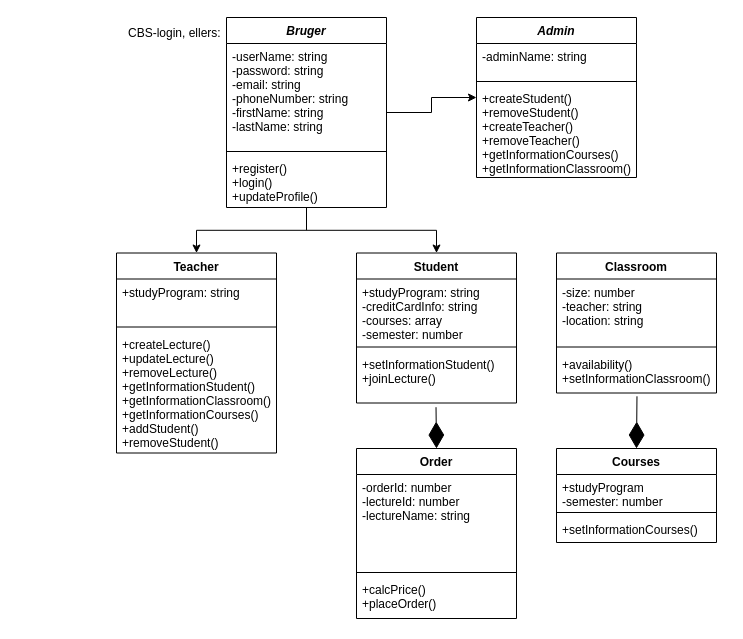
This is Untitled Diagram.drawio from Niklas107/Gruppeprojekt-1, a draw.io file, before an edit. Source tidied: cells renumbered, new cells numbered last; positions are measured from the earlier drawing's top-left corner, leaving out a move shared by most shapes. Both pictures are drawn from the tidied source at 100%, with x=0, y=0 at pixel (116, 17).
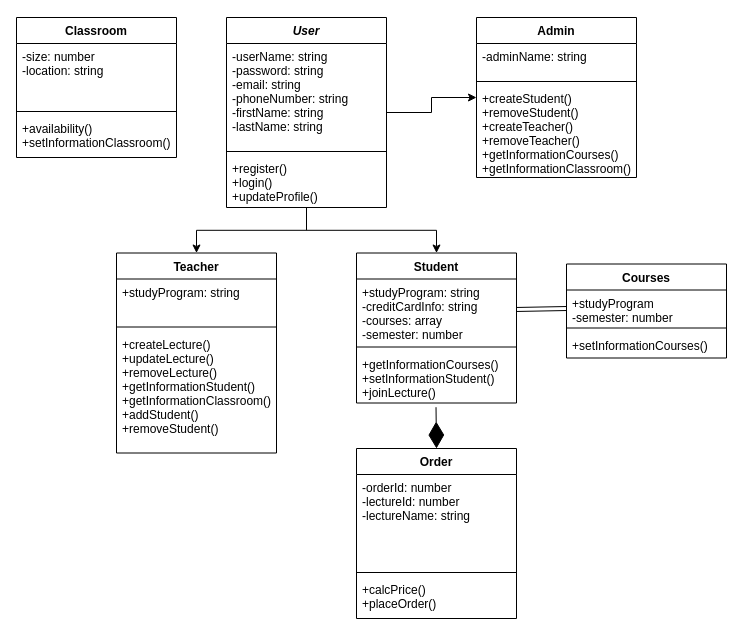
The same diagram, later.

The change refers to these unchanged cells:
```xml
<mxCell id="13" value="Teacher" style="swimlane;fontStyle=1;align=center;verticalAlign=top;horizontal=1;startSize=26;" parent="1" vertex="1">
  <mxGeometry y="235.5" width="160" height="200" as="geometry" />
</mxCell>
<mxCell id="17" value="Student" style="swimlane;fontStyle=1;align=center;verticalAlign=top;horizontal=1;startSize=26;" parent="1" vertex="1">
  <mxGeometry x="240" y="235.5" width="160" height="150" as="geometry" />
</mxCell>
<mxCell id="18" value="+studyProgram: string&#10;-creditCardInfo: string&#10;-courses: array&#10;-semester: number" style="text;strokeColor=none;fillColor=none;align=left;verticalAlign=top;spacingLeft=4;spacingRight=4;overflow=hidden;points=[[0,0.5],[1,0.5]];portConstraint=eastwest;" parent="17" vertex="1">
  <mxGeometry y="26" width="160" height="64" as="geometry" />
</mxCell>
<mxCell id="28" value="+availability()&#10;+setInformationClassroom()" style="text;strokeColor=none;fillColor=none;align=left;verticalAlign=top;spacingLeft=4;spacingRight=4;overflow=hidden;points=[[0,0.5],[1,0.5]];portConstraint=eastwest;" parent="25" vertex="1">
  <mxGeometry y="98" width="160" height="42" as="geometry" />
</mxCell>
<mxCell id="32" value="+studyProgram&#10;-semester: number&#10;&#10;&#10;&#10;&#10;" style="text;strokeColor=none;fillColor=none;align=left;verticalAlign=top;spacingLeft=4;spacingRight=4;overflow=hidden;points=[[0,0.5],[1,0.5]];portConstraint=eastwest;" parent="31" vertex="1">
  <mxGeometry y="26" width="160" height="34" as="geometry" />
</mxCell>
```

Change to the diagram source:
```diff
@@
-    <mxCell id="5" value="Bruger" style="swimlane;fontStyle=3;align=center;verticalAlign=top;horizontal=1;startSize=26;" parent="1" vertex="1">
+    <mxCell id="5" value="User" style="swimlane;fontStyle=3;align=center;verticalAlign=top;horizontal=1;startSize=26;" parent="1" vertex="1">
       <mxGeometry x="110" width="160" height="190" as="geometry" />
     </mxCell>
@@
-    <mxCell id="9" value="Admin" style="swimlane;fontStyle=3;align=center;verticalAlign=top;horizontal=1;startSize=26;" parent="1" vertex="1">
+    <mxCell id="9" value="Admin" style="swimlane;fontStyle=1;align=center;verticalAlign=top;horizontal=1;startSize=26;" parent="1" vertex="1">
       <mxGeometry x="360" width="160" height="160" as="geometry" />
     </mxCell>
@@
-    <mxCell id="16" value="+createLecture()&#10;+updateLecture()&#10;+removeLecture()&#10;+getInformationStudent()&#10;+getInformationClassroom()&#10;+getInformationCourses()&#10;+addStudent()&#10;+removeStudent()" style="text;strokeColor=none;fillColor=none;align=left;verticalAlign=top;spacingLeft=4;spacingRight=4;overflow=hidden;" parent="13" vertex="1">
+    <mxCell id="16" value="+createLecture()&#10;+updateLecture()&#10;+removeLecture()&#10;+getInformationStudent()&#10;+getInformationClassroom()&#10;+addStudent()&#10;+removeStudent()" style="text;strokeColor=none;fillColor=none;align=left;verticalAlign=top;spacingLeft=4;spacingRight=4;overflow=hidden;" parent="13" vertex="1">
       <mxGeometry y="78" width="160" height="122" as="geometry" />
     </mxCell>
@@
-    <mxCell id="20" value="+setInformationStudent()&#10;+joinLecture()&#10;" style="text;strokeColor=none;fillColor=none;align=left;verticalAlign=top;spacingLeft=4;spacingRight=4;overflow=hidden;points=[[0,0.5],[1,0.5]];portConstraint=eastwest;" parent="17" vertex="1">
+    <mxCell id="20" value="+getInformationCourses()&#10;+setInformationStudent()&#10;+joinLecture()&#10;" style="text;strokeColor=none;fillColor=none;align=left;verticalAlign=top;spacingLeft=4;spacingRight=4;overflow=hidden;points=[[0,0.5],[1,0.5]];portConstraint=eastwest;" parent="17" vertex="1">
       <mxGeometry y="98" width="160" height="52" as="geometry" />
     </mxCell>
@@
     <mxCell id="25" value="Classroom" style="swimlane;fontStyle=1;align=center;verticalAlign=top;horizontal=1;startSize=26;" parent="1" vertex="1">
-      <mxGeometry x="440" y="235.5" width="160" height="140" as="geometry" />
+      <mxGeometry x="-100" width="160" height="140" as="geometry" />
     </mxCell>
-    <mxCell id="26" value="-size: number&#10;-teacher: string&#10;-location: string" style="text;strokeColor=none;fillColor=none;align=left;verticalAlign=top;spacingLeft=4;spacingRight=4;overflow=hidden;" parent="25" vertex="1">
+    <mxCell id="26" value="-size: number&#10;-location: string" style="text;strokeColor=none;fillColor=none;align=left;verticalAlign=top;spacingLeft=4;spacingRight=4;overflow=hidden;" parent="25" vertex="1">
       <mxGeometry y="26" width="160" height="64" as="geometry" />
     </mxCell>
@@
-    <mxCell id="30" value="CBS-login, ellers:" style="text;html=1;align=left;verticalAlign=top;spacingTop=-4;" parent="1" vertex="1">
-      <mxGeometry x="10" y="6" width="110" height="20" as="geometry" />
-    </mxCell>
     <mxCell id="31" value="Courses" style="swimlane;fontStyle=1;align=center;verticalAlign=top;horizontal=1;startSize=26;" parent="1" vertex="1">
-      <mxGeometry x="440" y="431" width="160" height="94" as="geometry" />
+      <mxGeometry x="450" y="246.5" width="160" height="94" as="geometry" />
     </mxCell>
@@
-    <mxCell id="35" style="endArrow=diamondThin;endFill=1;endSize=24;html=1;entryX=0.5;entryY=0;entryDx=0;entryDy=0;exitX=0.503;exitY=1.079;exitDx=0;exitDy=0;exitPerimeter=0;" parent="1" edge="1" source="28" target="31">
-      <mxGeometry relative="1" as="geometry" />
-    </mxCell>
+    <mxCell id="36" style="shape=link;rounded=0;jettySize=auto;html=1;" parent="1" edge="1" source="18" target="32">
+      <mxGeometry relative="1" as="geometry" />
+    </mxCell>
```
